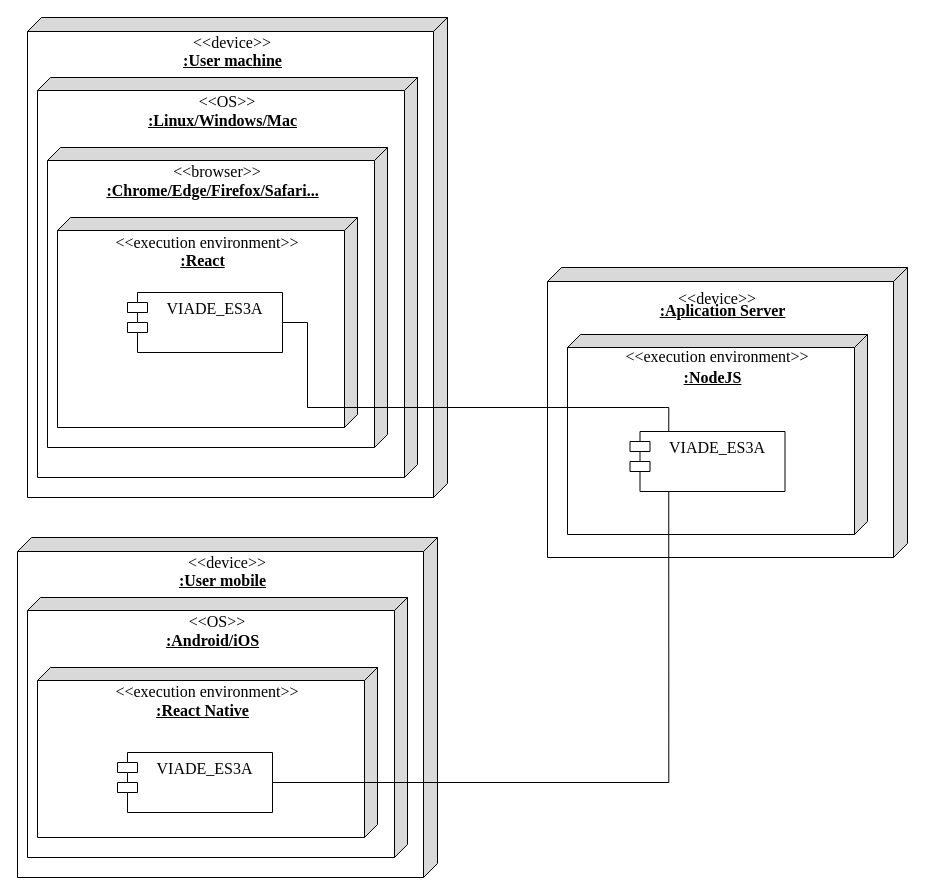
Above: src/docs/images/DeployDiagram.drawio in Arquisoft/viade_es3a (draw.io), before the change. Source tidied: cells renumbered, new cells numbered last; positions are measured from the earlier drawing's top-left corner, leaving out a move shared by most shapes. Both pictures are drawn from the tidied source at 100%, with x=0, y=0 at pixel (17, 17).
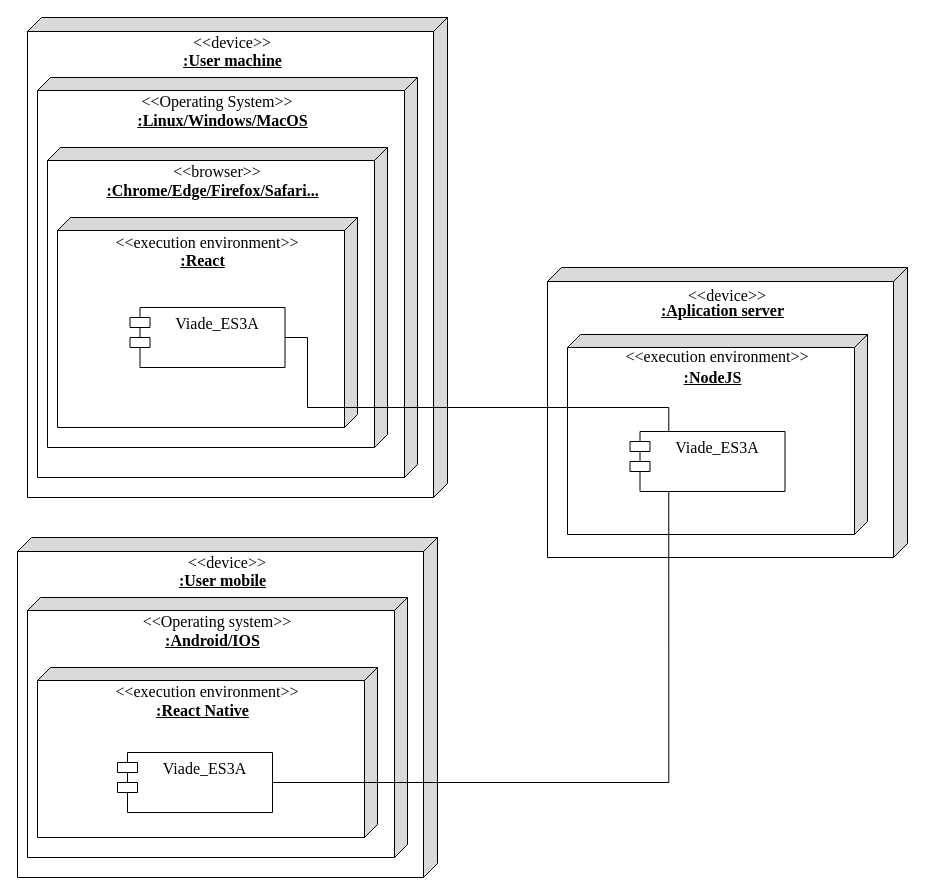
The same diagram, later.

Commit message (it also covers changes not shown here):
Fixed errors in the deployment diagram

What changed in the source:
```diff
@@
-    <mxCell id="4" value="&lt;div style=&quot;font-size: 16px&quot; align=&quot;center&quot;&gt;&lt;font style=&quot;font-size: 16px&quot; face=&quot;Times New Roman&quot;&gt;&lt;br&gt;&lt;/font&gt;&lt;/div&gt;&lt;div style=&quot;font-size: 16px&quot; align=&quot;center&quot;&gt;&lt;b&gt;&lt;font style=&quot;font-size: 16px&quot; face=&quot;Times New Roman&quot;&gt;:Linux/Windows/Mac&lt;/font&gt;&lt;/b&gt;&lt;/div&gt;" style="verticalAlign=top;align=center;spacingTop=8;spacingLeft=2;spacingRight=12;shape=cube;size=13;direction=south;fontStyle=4;html=1;gradientColor=none;fixDash=0;noLabel=0;fillOpacity=100;darkOpacity=0.15;darkOpacity2=0.15;" parent="1" vertex="1">
+    <mxCell id="4" value="&lt;div style=&quot;font-size: 16px&quot; align=&quot;center&quot;&gt;&lt;font style=&quot;font-size: 16px&quot; face=&quot;Times New Roman&quot;&gt;&lt;br&gt;&lt;/font&gt;&lt;/div&gt;&lt;div style=&quot;font-size: 16px&quot; align=&quot;center&quot;&gt;&lt;b&gt;&lt;font style=&quot;font-size: 16px&quot; face=&quot;Times New Roman&quot;&gt;:Linux/Windows/MacOS&lt;/font&gt;&lt;/b&gt;&lt;/div&gt;" style="verticalAlign=top;align=center;spacingTop=8;spacingLeft=2;spacingRight=12;shape=cube;size=13;direction=south;fontStyle=4;html=1;gradientColor=none;fixDash=0;noLabel=0;fillOpacity=100;darkOpacity=0.15;darkOpacity2=0.15;" parent="1" vertex="1">
       <mxGeometry x="20" y="60" width="380" height="400" as="geometry" />
     </mxCell>
-    <mxCell id="5" value="&lt;&lt;OS&gt;&gt;" style="text;align=center;fontStyle=0;verticalAlign=middle;spacingLeft=3;spacingRight=3;strokeColor=none;gradientColor=none;fontFamily=Times New Roman;fontSize=16;" parent="1" vertex="1">
-      <mxGeometry x="170" y="70" width="80" height="26" as="geometry" />
+    <mxCell id="5" value="&lt;&lt;Operating System&gt;&gt;" style="text;align=center;fontStyle=0;verticalAlign=middle;spacingLeft=3;spacingRight=3;strokeColor=none;gradientColor=none;fontFamily=Times New Roman;fontSize=16;" parent="1" vertex="1">
+      <mxGeometry x="160" y="70" width="80" height="26" as="geometry" />
     </mxCell>
@@
-    <mxCell id="11" value="VIADE_ES3A" style="shape=module;align=left;spacingLeft=20;align=center;verticalAlign=top;gradientColor=none;fontFamily=Times New Roman;fontSize=16;" parent="1" vertex="1">
-      <mxGeometry x="110" y="275" width="155" height="60" as="geometry" />
+    <mxCell id="11" value="Viade_ES3A" style="shape=module;align=left;spacingLeft=20;align=center;verticalAlign=top;gradientColor=none;fontFamily=Times New Roman;fontSize=16;" parent="1" vertex="1">
+      <mxGeometry x="112.5" y="290" width="155" height="60" as="geometry" />
     </mxCell>
-    <mxCell id="12" value="&lt;div style=&quot;font-size: 16px&quot; align=&quot;center&quot;&gt;&lt;font style=&quot;font-size: 16px&quot; face=&quot;Times New Roman&quot;&gt;&lt;br&gt;&lt;/font&gt;&lt;/div&gt;&lt;div style=&quot;font-size: 16px&quot; align=&quot;center&quot;&gt;&lt;b&gt;&lt;font style=&quot;font-size: 16px&quot; face=&quot;Times New Roman&quot;&gt;:Aplication Server&lt;br&gt;&lt;/font&gt;&lt;/b&gt;&lt;/div&gt;" style="verticalAlign=top;align=center;spacingTop=8;spacingLeft=2;spacingRight=12;shape=cube;size=14;direction=south;fontStyle=4;html=1;gradientColor=none;fixDash=0;noLabel=0;fillOpacity=100;darkOpacity=0.15;darkOpacity2=0.15;" parent="1" vertex="1">
+    <mxCell id="12" value="&lt;div style=&quot;font-size: 16px&quot; align=&quot;center&quot;&gt;&lt;font style=&quot;font-size: 16px&quot; face=&quot;Times New Roman&quot;&gt;&lt;br&gt;&lt;/font&gt;&lt;/div&gt;&lt;div style=&quot;font-size: 16px&quot; align=&quot;center&quot;&gt;&lt;b&gt;&lt;font style=&quot;font-size: 16px&quot; face=&quot;Times New Roman&quot;&gt;:Aplication server&lt;br&gt;&lt;/font&gt;&lt;/b&gt;&lt;/div&gt;" style="verticalAlign=top;align=center;spacingTop=8;spacingLeft=2;spacingRight=12;shape=cube;size=14;direction=south;fontStyle=4;html=1;gradientColor=none;fixDash=0;noLabel=0;fillOpacity=100;darkOpacity=0.15;darkOpacity2=0.15;" parent="1" vertex="1">
       <mxGeometry x="530" y="250" width="360" height="290" as="geometry" />
     </mxCell>
     <mxCell id="13" value="&lt;&lt;device&gt;&gt;" style="text;align=center;fontStyle=0;verticalAlign=middle;spacingLeft=3;spacingRight=3;strokeColor=none;gradientColor=none;fontFamily=Times New Roman;fontSize=16;" parent="1" vertex="1">
-      <mxGeometry x="660" y="267" width="80" height="26" as="geometry" />
+      <mxGeometry x="670" y="264" width="80" height="26" as="geometry" />
     </mxCell>
@@
-    <mxCell id="17" value="VIADE_ES3A" style="shape=module;align=left;spacingLeft=20;align=center;verticalAlign=top;gradientColor=none;fontFamily=Times New Roman;fontSize=16;" parent="1" vertex="1">
+    <mxCell id="17" value="Viade_ES3A" style="shape=module;align=left;spacingLeft=20;align=center;verticalAlign=top;gradientColor=none;fontFamily=Times New Roman;fontSize=16;" parent="1" vertex="1">
       <mxGeometry x="612.5" y="414" width="155" height="60" as="geometry" />
     </mxCell>
@@
-    <mxCell id="20" value="&lt;div style=&quot;font-size: 16px&quot; align=&quot;center&quot;&gt;&lt;font style=&quot;font-size: 16px&quot; face=&quot;Times New Roman&quot;&gt;&lt;br&gt;&lt;/font&gt;&lt;/div&gt;&lt;div style=&quot;font-size: 16px&quot; align=&quot;center&quot;&gt;&lt;b&gt;&lt;font style=&quot;font-size: 16px&quot; face=&quot;Times New Roman&quot;&gt;:Android/iOS&lt;br&gt;&lt;/font&gt;&lt;/b&gt;&lt;/div&gt;" style="verticalAlign=top;align=center;spacingTop=8;spacingLeft=2;spacingRight=12;shape=cube;size=13;direction=south;fontStyle=4;html=1;gradientColor=none;fixDash=0;noLabel=0;fillOpacity=100;darkOpacity=0.15;darkOpacity2=0.15;" parent="1" vertex="1">
+    <mxCell id="20" value="&lt;div style=&quot;font-size: 16px&quot; align=&quot;center&quot;&gt;&lt;font style=&quot;font-size: 16px&quot; face=&quot;Times New Roman&quot;&gt;&lt;br&gt;&lt;/font&gt;&lt;/div&gt;&lt;div style=&quot;font-size: 16px&quot; align=&quot;center&quot;&gt;&lt;b&gt;&lt;font style=&quot;font-size: 16px&quot; face=&quot;Times New Roman&quot;&gt;:Android/IOS&lt;br&gt;&lt;/font&gt;&lt;/b&gt;&lt;/div&gt;" style="verticalAlign=top;align=center;spacingTop=8;spacingLeft=2;spacingRight=12;shape=cube;size=13;direction=south;fontStyle=4;html=1;gradientColor=none;fixDash=0;noLabel=0;fillOpacity=100;darkOpacity=0.15;darkOpacity2=0.15;" parent="1" vertex="1">
       <mxGeometry x="10" y="580" width="380" height="260" as="geometry" />
     </mxCell>
-    <mxCell id="21" value="&lt;&lt;OS&gt;&gt;" style="text;align=center;fontStyle=0;verticalAlign=middle;spacingLeft=3;spacingRight=3;strokeColor=none;gradientColor=none;fontFamily=Times New Roman;fontSize=16;" parent="1" vertex="1">
+    <mxCell id="21" value="&lt;&lt;Operating system&gt;&gt;" style="text;align=center;fontStyle=0;verticalAlign=middle;spacingLeft=3;spacingRight=3;strokeColor=none;gradientColor=none;fontFamily=Times New Roman;fontSize=16;" parent="1" vertex="1">
       <mxGeometry x="160" y="590" width="80" height="26" as="geometry" />
     </mxCell>
@@
-    <mxCell id="25" value="VIADE_ES3A" style="shape=module;align=left;spacingLeft=20;align=center;verticalAlign=top;gradientColor=none;fontFamily=Times New Roman;fontSize=16;" parent="1" vertex="1">
+    <mxCell id="25" value="Viade_ES3A" style="shape=module;align=left;spacingLeft=20;align=center;verticalAlign=top;gradientColor=none;fontFamily=Times New Roman;fontSize=16;" parent="1" vertex="1">
       <mxGeometry x="100" y="735" width="155" height="60" as="geometry" />
     </mxCell>
@@
     <mxCell id="27" style="edgeStyle=orthogonalEdgeStyle;rounded=0;jettySize=auto;html=1;exitX=1;exitY=0.5;exitDx=0;exitDy=0;entryX=0.25;entryY=0;entryDx=0;entryDy=0;endArrow=none;endFill=0;endSize=5;strokeWidth=1;fontFamily=Times New Roman;fontSize=16;" parent="1" edge="1" source="11" target="17">
       <mxGeometry relative="1" as="geometry">
         <Array as="points">
-          <mxPoint x="290" y="305" />
+          <mxPoint x="290" y="320" />
           <mxPoint x="290" y="390" />
           <mxPoint x="651" y="390" />
         </Array>
       </mxGeometry>
     </mxCell>
```
